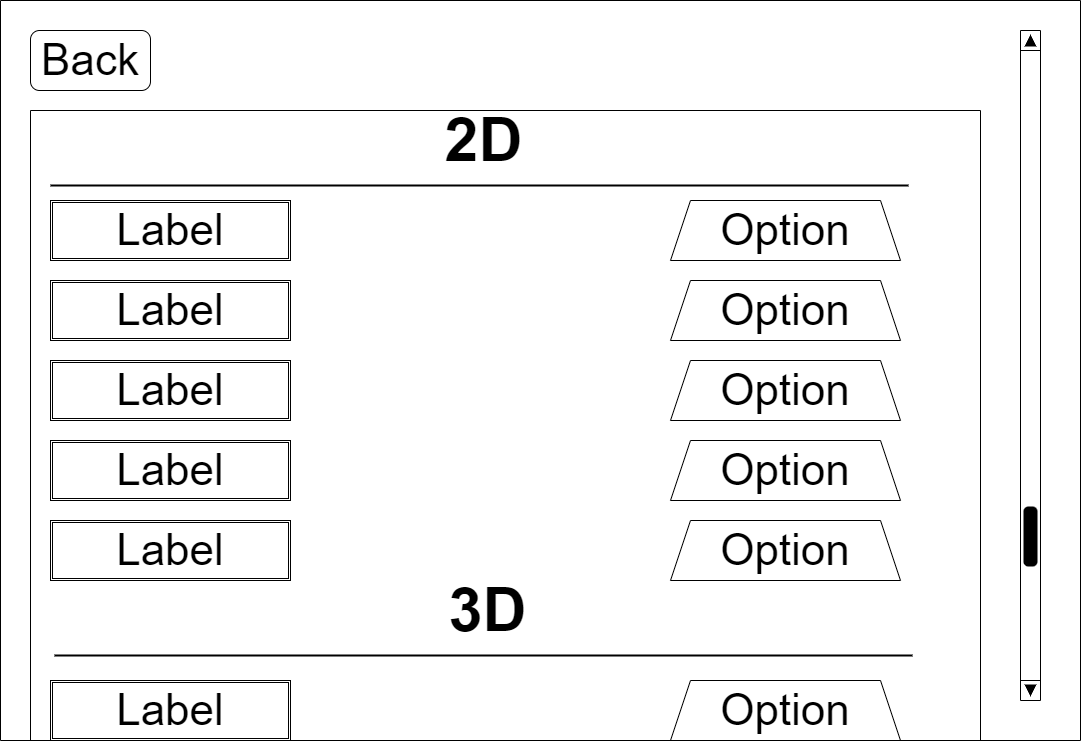
Earlier version of the draw.io export Design/Project-Visual Settings.drawio.png (PawekPL/Atlas-of-Dreams). Source tidied: cells renumbered, new cells last; positions are measured from the earlier drawing's top-left corner, leaving out a move shared by most shapes.
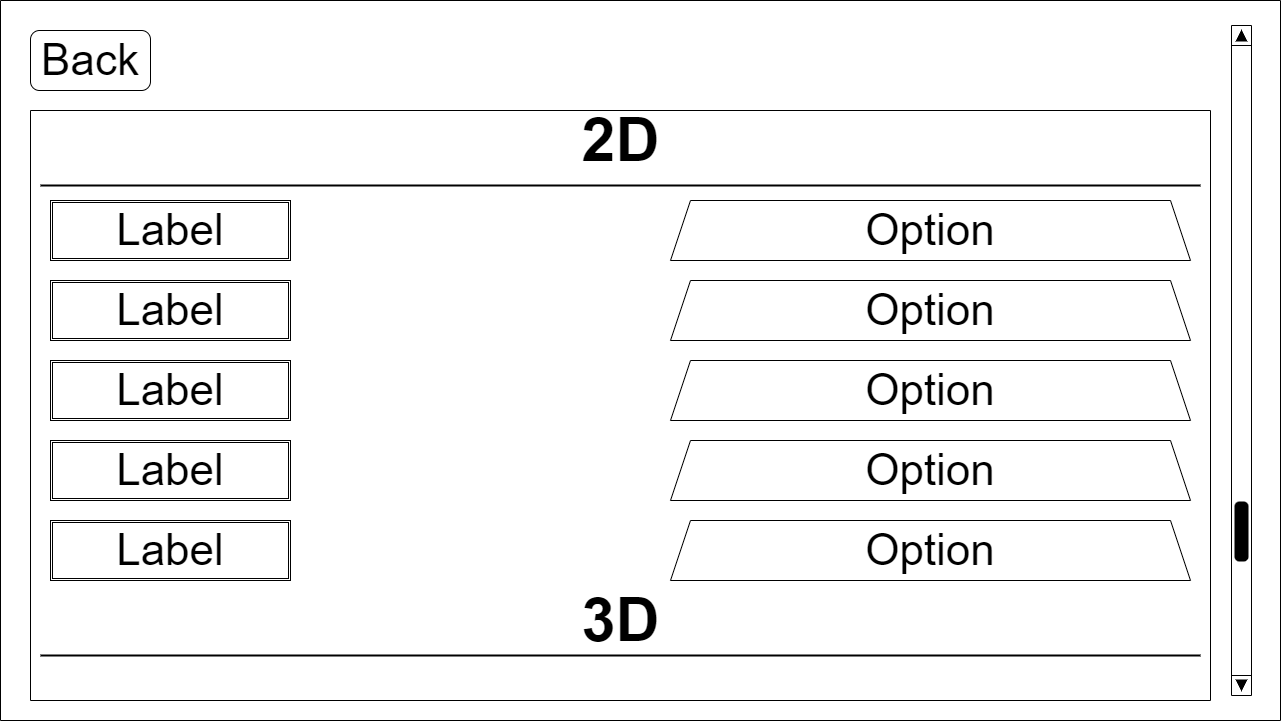
After the change.

Change to the diagram source:
```diff
@@ -3,64 +3,58 @@
     <mxCell id="0" />
     <mxCell id="1" parent="0" />
     <mxCell id="2" style="swimlane;startSize=0;fontSize=44;" parent="1" vertex="1">
-      <mxGeometry width="1080" height="740" as="geometry" />
+      <mxGeometry width="1280" height="720" as="geometry" />
     </mxCell>
     <mxCell id="3" value="Back" style="rounded=1;whiteSpace=wrap;html=1;fontSize=44;" parent="2" vertex="1">
       <mxGeometry x="30" y="30" width="120" height="60" as="geometry" />
     </mxCell>
     <mxCell id="4" style="verticalLabelPosition=bottom;shadow=0;dashed=0;align=center;html=1;verticalAlign=top;strokeWidth=1;shape=mxgraph.mockup.navigation.scrollBar;barPos=20;fillColor2=#000000;strokeColor2=none;direction=north;fontSize=44;" parent="2" vertex="1">
-      <mxGeometry x="1020" y="30" width="20" height="670" as="geometry" />
+      <mxGeometry x="1231" y="25" width="20" height="670" as="geometry" />
     </mxCell>
-    <mxCell id="5" value="Option" style="shape=trapezoid;perimeter=trapezoidPerimeter;whiteSpace=wrap;html=1;fixedSize=1;fontSize=44;" parent="2" vertex="1">
-      <mxGeometry x="670" y="200" width="230" height="60" as="geometry" />
-    </mxCell>
     <mxCell id="6" value="Label" style="shape=ext;double=1;rounded=0;whiteSpace=wrap;html=1;fontSize=44;" parent="2" vertex="1">
       <mxGeometry x="50" y="200" width="240" height="60" as="geometry" />
     </mxCell>
     <mxCell id="7" value="Option" style="shape=trapezoid;perimeter=trapezoidPerimeter;whiteSpace=wrap;html=1;fixedSize=1;fontSize=44;" parent="2" vertex="1">
-      <mxGeometry x="670" y="280" width="230" height="60" as="geometry" />
+      <mxGeometry x="670" y="280" width="520" height="60" as="geometry" />
     </mxCell>
     <mxCell id="8" value="Label" style="shape=ext;double=1;rounded=0;whiteSpace=wrap;html=1;fontSize=44;" parent="2" vertex="1">
       <mxGeometry x="50" y="280" width="240" height="60" as="geometry" />
     </mxCell>
     <mxCell id="9" value="Option" style="shape=trapezoid;perimeter=trapezoidPerimeter;whiteSpace=wrap;html=1;fixedSize=1;fontSize=44;" parent="2" vertex="1">
-      <mxGeometry x="670" y="360" width="230" height="60" as="geometry" />
+      <mxGeometry x="670" y="360" width="520" height="60" as="geometry" />
     </mxCell>
     <mxCell id="10" value="Label" style="shape=ext;double=1;rounded=0;whiteSpace=wrap;html=1;fontSize=44;" parent="2" vertex="1">
       <mxGeometry x="50" y="360" width="240" height="60" as="geometry" />
     </mxCell>
     <mxCell id="11" value="Option" style="shape=trapezoid;perimeter=trapezoidPerimeter;whiteSpace=wrap;html=1;fixedSize=1;fontSize=44;" parent="2" vertex="1">
-      <mxGeometry x="670" y="440" width="230" height="60" as="geometry" />
+      <mxGeometry x="670" y="440" width="520" height="60" as="geometry" />
     </mxCell>
     <mxCell id="12" value="Label" style="shape=ext;double=1;rounded=0;whiteSpace=wrap;html=1;fontSize=44;" parent="2" vertex="1">
       <mxGeometry x="50" y="440" width="240" height="60" as="geometry" />
     </mxCell>
-    <mxCell id="13" value="Option" style="shape=trapezoid;perimeter=trapezoidPerimeter;whiteSpace=wrap;html=1;fixedSize=1;fontSize=44;" parent="2" vertex="1">
-      <mxGeometry x="670" y="520" width="230" height="60" as="geometry" />
-    </mxCell>
     <mxCell id="14" value="Label" style="shape=ext;double=1;rounded=0;whiteSpace=wrap;html=1;fontSize=44;" parent="2" vertex="1">
       <mxGeometry x="50" y="520" width="240" height="60" as="geometry" />
     </mxCell>
-    <mxCell id="15" value="Option" style="shape=trapezoid;perimeter=trapezoidPerimeter;whiteSpace=wrap;html=1;fixedSize=1;fontSize=44;" parent="2" vertex="1">
-      <mxGeometry x="670" y="680" width="230" height="60" as="geometry" />
-    </mxCell>
-    <mxCell id="16" value="Label" style="shape=ext;double=1;rounded=0;whiteSpace=wrap;html=1;fontSize=44;" parent="2" vertex="1">
-      <mxGeometry x="50" y="680" width="240" height="60" as="geometry" />
-    </mxCell>
-    <mxCell id="17" value="&lt;font style=&quot;font-size: 61px&quot;&gt;2D&lt;/font&gt;" style="text;strokeColor=none;fillColor=none;html=1;fontSize=24;fontStyle=1;verticalAlign=middle;align=center;" parent="2" vertex="1">
-      <mxGeometry x="370" y="80" width="226" height="120" as="geometry" />
-    </mxCell>
     <mxCell id="18" style="line;strokeWidth=2;html=1;fontSize=61;" parent="2" vertex="1">
-      <mxGeometry x="50" y="180" width="858" height="10" as="geometry" />
+      <mxGeometry x="40" y="180" width="1160" height="10" as="geometry" />
     </mxCell>
-    <mxCell id="19" value="&lt;font style=&quot;font-size: 61px&quot;&gt;3D&lt;/font&gt;" style="text;strokeColor=none;fillColor=none;html=1;fontSize=24;fontStyle=1;verticalAlign=middle;align=center;" parent="2" vertex="1">
-      <mxGeometry x="374" y="550" width="226" height="120" as="geometry" />
-    </mxCell>
     <mxCell id="20" style="line;strokeWidth=2;html=1;fontSize=61;" parent="2" vertex="1">
-      <mxGeometry x="54" y="650" width="858" height="10" as="geometry" />
+      <mxGeometry x="40" y="650" width="1160" height="10" as="geometry" />
     </mxCell>
     <mxCell id="21" style="swimlane;startSize=0;fontSize=61;" parent="1" vertex="1">
-      <mxGeometry x="30" y="110" width="950" height="630" as="geometry" />
+      <mxGeometry x="30" y="110" width="1180" height="590" as="geometry" />
     </mxCell>
+    <mxCell id="5" value="Option" style="shape=trapezoid;perimeter=trapezoidPerimeter;whiteSpace=wrap;html=1;fixedSize=1;fontSize=44;" parent="21" vertex="1">
+      <mxGeometry x="640" y="90" width="520" height="60" as="geometry" />
+    </mxCell>
+    <mxCell id="13" value="Option" style="shape=trapezoid;perimeter=trapezoidPerimeter;whiteSpace=wrap;html=1;fixedSize=1;fontSize=44;" parent="21" vertex="1">
+      <mxGeometry x="640" y="410" width="520" height="60" as="geometry" />
+    </mxCell>
+    <mxCell id="19" value="&lt;font style=&quot;font-size: 61px&quot;&gt;3D&lt;/font&gt;" style="text;strokeColor=none;fillColor=none;html=1;fontSize=24;fontStyle=1;verticalAlign=middle;align=center;" parent="21" vertex="1">
+      <mxGeometry x="477" y="450" width="226" height="120" as="geometry" />
+    </mxCell>
+    <mxCell id="17" value="&lt;font style=&quot;font-size: 61px&quot;&gt;2D&lt;/font&gt;" style="text;strokeColor=none;fillColor=none;html=1;fontSize=24;fontStyle=1;verticalAlign=middle;align=center;" parent="21" vertex="1">
+      <mxGeometry x="477" y="-30" width="226" height="120" as="geometry" />
+    </mxCell>
   </root>
 </mxGraphModel>
```
